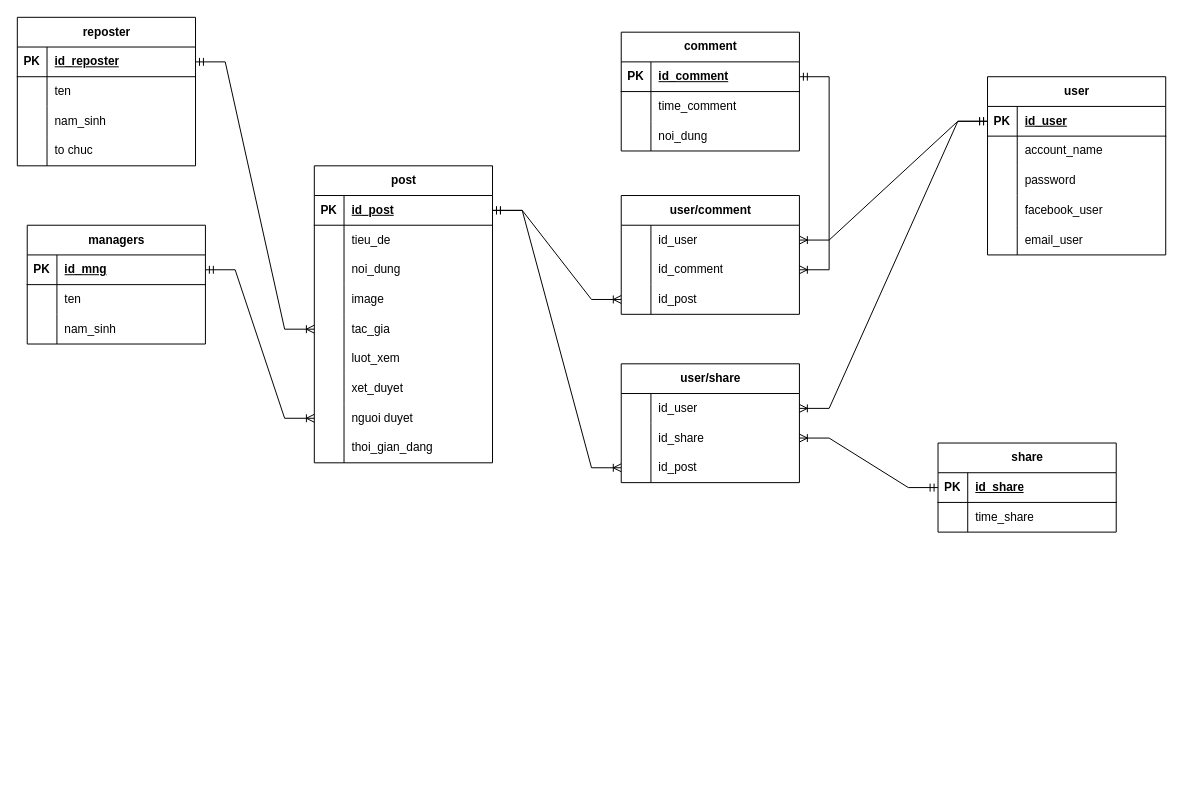
Before: DBI202x/Asm/DBI202x_asm2_thonglhfx22724@funix.edu.vn/asm2.ERD.drawio in HuyThong94/Funix, a draw.io diagram. Source tidied: cells renumbered, new cells numbered last; positions are measured from the earlier drawing's top-left corner, leaving out a move shared by most shapes. Both pictures are drawn from the tidied source at 99%, with x=0, y=0 at pixel (17, 17).
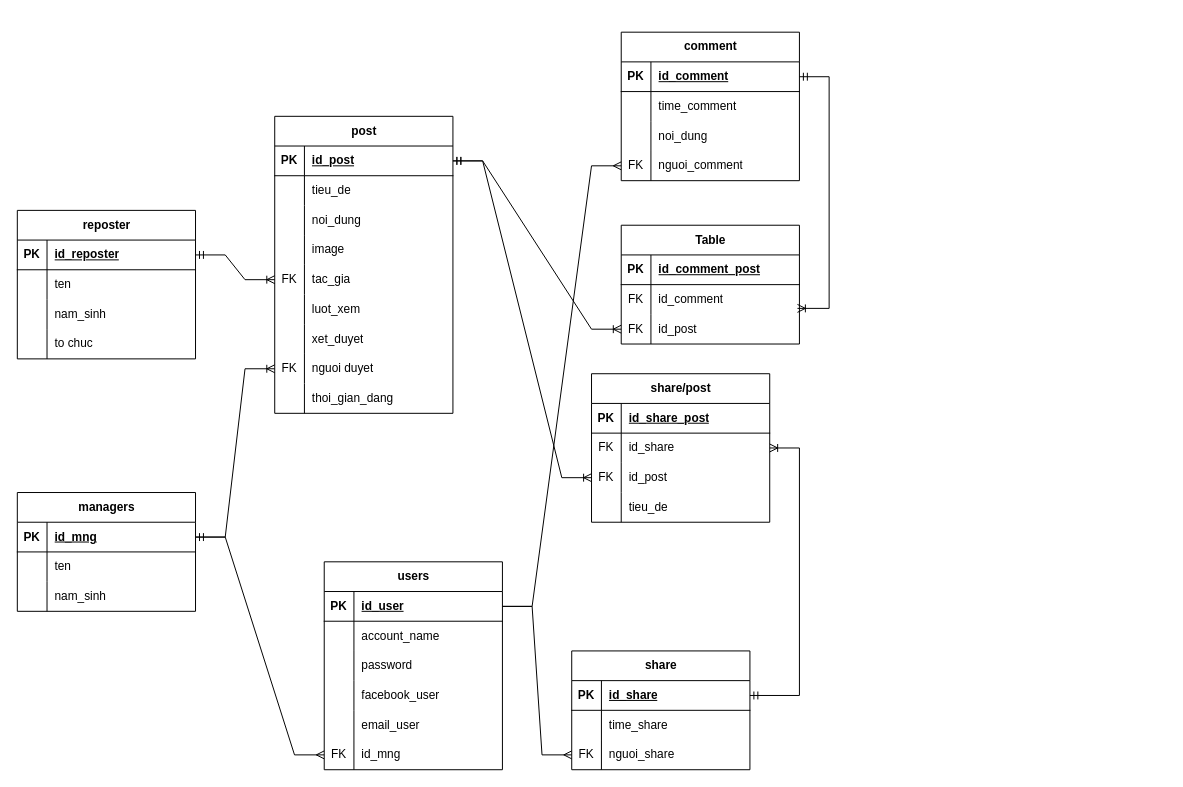
The same page after the edit.

Unchanged cells that the change refers to:
```xml
<mxCell id="3" style="shape=tableRow;horizontal=0;startSize=0;swimlaneHead=0;swimlaneBody=0;fillColor=none;points=[[0,0.5],[1,0.5]];portConstraint=eastwest;top=0;left=0;right=0;bottom=1;" parent="2" vertex="1">
  <mxGeometry y="30" width="180" height="30" as="geometry" />
</mxCell>
<mxCell id="26" style="shape=tableRow;horizontal=0;startSize=0;swimlaneHead=0;swimlaneBody=0;fillColor=none;points=[[0,0.5],[1,0.5]];portConstraint=eastwest;top=0;left=0;right=0;bottom=1;" parent="25" vertex="1">
  <mxGeometry y="30" width="180" height="30" as="geometry" />
</mxCell>
<mxCell id="42" style="shape=tableRow;horizontal=0;startSize=0;swimlaneHead=0;swimlaneBody=0;fillColor=none;points=[[0,0.5],[1,0.5]];portConstraint=eastwest;top=0;left=0;right=0;bottom=1;" parent="41" vertex="1">
  <mxGeometry y="30" width="180" height="30" as="geometry" />
</mxCell>
<mxCell id="54" style="shape=tableRow;horizontal=0;startSize=0;swimlaneHead=0;swimlaneBody=0;fillColor=none;points=[[0,0.5],[1,0.5]];portConstraint=eastwest;top=0;left=0;right=0;bottom=0;" parent="41" vertex="1">
  <mxGeometry y="150" width="180" height="30" as="geometry" />
</mxCell>
<mxCell id="63" style="shape=tableRow;horizontal=0;startSize=0;swimlaneHead=0;swimlaneBody=0;fillColor=none;points=[[0,0.5],[1,0.5]];portConstraint=eastwest;top=0;left=0;right=0;bottom=0;" parent="41" vertex="1">
  <mxGeometry y="240" width="180" height="30" as="geometry" />
</mxCell>
<mxCell id="70" style="shape=tableRow;horizontal=0;startSize=0;swimlaneHead=0;swimlaneBody=0;fillColor=none;points=[[0,0.5],[1,0.5]];portConstraint=eastwest;top=0;left=0;right=0;bottom=1;" parent="69" vertex="1">
  <mxGeometry y="30" width="180" height="30" as="geometry" />
</mxCell>
<mxCell id="77" style="shape=tableRow;horizontal=0;startSize=0;swimlaneHead=0;swimlaneBody=0;fillColor=none;points=[[0,0.5],[1,0.5]];portConstraint=eastwest;top=0;left=0;right=0;bottom=1;" parent="76" vertex="1">
  <mxGeometry y="30" width="180" height="30" as="geometry" />
</mxCell>
```

Diff of the diagram source:
```diff
@@
     <mxCell id="2" value="managers" style="shape=table;startSize=30;childLayout=tableLayout;rowLines=0;fontStyle=1;align=center;html=1;" parent="1" vertex="1">
-      <mxGeometry x="10" y="210" width="180" height="120" as="geometry" />
+      <mxGeometry y="480" width="180" height="120" as="geometry" />
     </mxCell>
@@
     <mxCell id="12" value="reposter" style="shape=table;startSize=30;childLayout=tableLayout;rowLines=0;fontStyle=1;align=center;html=1;" parent="1" vertex="1">
-      <mxGeometry width="180" height="150" as="geometry" />
+      <mxGeometry y="195" width="180" height="150" as="geometry" />
     </mxCell>
@@
-    <mxCell id="25" value="user" style="shape=table;startSize=30;childLayout=tableLayout;rowLines=0;fontStyle=1;align=center;html=1;" parent="1" vertex="1">
-      <mxGeometry x="980" y="60" width="180" height="180" as="geometry" />
+    <mxCell id="25" value="users" style="shape=table;startSize=30;childLayout=tableLayout;rowLines=0;fontStyle=1;align=center;html=1;" parent="1" vertex="1">
+      <mxGeometry x="310" y="550" width="180" height="210" as="geometry" />
     </mxCell>
@@
+    <mxCell id="114" style="shape=tableRow;horizontal=0;startSize=0;swimlaneHead=0;swimlaneBody=0;fillColor=none;points=[[0,0.5],[1,0.5]];portConstraint=eastwest;top=0;left=0;right=0;bottom=0;" parent="25" vertex="1">
+      <mxGeometry y="180" width="180" height="30" as="geometry" />
+    </mxCell>
+    <mxCell id="115" value="FK" style="shape=partialRectangle;fillColor=none;top=0;left=0;bottom=0;right=0;overflow=hidden;whiteSpace=wrap;html=1;" parent="114" vertex="1">
+      <mxGeometry width="30" height="30" as="geometry" />
+    </mxCell>
+    <mxCell id="116" value="id_mng" style="shape=partialRectangle;fillColor=none;top=0;left=0;bottom=0;right=0;align=left;spacingLeft=6;overflow=hidden;whiteSpace=wrap;html=1;" parent="114" vertex="1">
+      <mxGeometry x="30" width="150" height="30" as="geometry" />
+    </mxCell>
     <mxCell id="41" value="post" style="shape=table;startSize=30;childLayout=tableLayout;rowLines=0;fontStyle=1;align=center;html=1;" parent="1" vertex="1">
-      <mxGeometry x="300" y="150" width="180" height="300" as="geometry" />
+      <mxGeometry x="260" y="100" width="180" height="300" as="geometry" />
     </mxCell>
@@
-    <mxCell id="55" style="shape=partialRectangle;fillColor=none;top=0;left=0;bottom=0;right=0;overflow=hidden;whiteSpace=wrap;html=1;" parent="54" vertex="1">
+    <mxCell id="55" value="FK" style="shape=partialRectangle;fillColor=none;top=0;left=0;bottom=0;right=0;overflow=hidden;whiteSpace=wrap;html=1;" parent="54" vertex="1">
       <mxGeometry width="30" height="30" as="geometry" />
     </mxCell>
@@
-    <mxCell id="64" style="shape=partialRectangle;fillColor=none;top=0;left=0;bottom=0;right=0;overflow=hidden;whiteSpace=wrap;html=1;" parent="63" vertex="1">
+    <mxCell id="64" value="FK" style="shape=partialRectangle;fillColor=none;top=0;left=0;bottom=0;right=0;overflow=hidden;whiteSpace=wrap;html=1;" parent="63" vertex="1">
       <mxGeometry width="30" height="30" as="geometry" />
     </mxCell>
@@
     <mxCell id="69" value="share" style="shape=table;startSize=30;childLayout=tableLayout;rowLines=0;fontStyle=1;align=center;html=1;" parent="1" vertex="1">
-      <mxGeometry x="930" y="430" width="180" height="90" as="geometry" />
+      <mxGeometry x="560" y="640" width="180" height="120" as="geometry" />
     </mxCell>
@@
+    <mxCell id="117" style="shape=tableRow;horizontal=0;startSize=0;swimlaneHead=0;swimlaneBody=0;fillColor=none;points=[[0,0.5],[1,0.5]];portConstraint=eastwest;top=0;left=0;right=0;bottom=0;" parent="69" vertex="1">
+      <mxGeometry y="90" width="180" height="30" as="geometry" />
+    </mxCell>
+    <mxCell id="118" value="FK" style="shape=partialRectangle;fillColor=none;top=0;left=0;bottom=0;right=0;overflow=hidden;whiteSpace=wrap;html=1;" parent="117" vertex="1">
+      <mxGeometry width="30" height="30" as="geometry" />
+    </mxCell>
+    <mxCell id="119" value="nguoi_share" style="shape=partialRectangle;fillColor=none;top=0;left=0;bottom=0;right=0;align=left;spacingLeft=6;overflow=hidden;whiteSpace=wrap;html=1;" parent="117" vertex="1">
+      <mxGeometry x="30" width="150" height="30" as="geometry" />
+    </mxCell>
     <mxCell id="76" value="comment" style="shape=table;startSize=30;childLayout=tableLayout;rowLines=0;fontStyle=1;align=center;html=1;" parent="1" vertex="1">
-      <mxGeometry x="610" y="15" width="180" height="120" as="geometry" />
+      <mxGeometry x="610" y="15" width="180" height="150" as="geometry" />
     </mxCell>
@@
+    <mxCell id="120" style="shape=tableRow;horizontal=0;startSize=0;swimlaneHead=0;swimlaneBody=0;fillColor=none;points=[[0,0.5],[1,0.5]];portConstraint=eastwest;top=0;left=0;right=0;bottom=0;" parent="76" vertex="1">
+      <mxGeometry y="120" width="180" height="30" as="geometry" />
+    </mxCell>
+    <mxCell id="121" value="FK" style="shape=partialRectangle;fillColor=none;top=0;left=0;bottom=0;right=0;overflow=hidden;whiteSpace=wrap;html=1;" parent="120" vertex="1">
+      <mxGeometry width="30" height="30" as="geometry" />
+    </mxCell>
+    <mxCell id="122" value="nguoi_comment" style="shape=partialRectangle;fillColor=none;top=0;left=0;bottom=0;right=0;align=left;spacingLeft=6;overflow=hidden;whiteSpace=wrap;html=1;" parent="120" vertex="1">
+      <mxGeometry x="30" width="150" height="30" as="geometry" />
+    </mxCell>
@@
-    <mxCell id="88" value="user/comment" style="shape=table;startSize=30;childLayout=tableLayout;rowLines=0;fontStyle=1;align=center;html=1;" parent="1" vertex="1">
-      <mxGeometry x="610" y="180" width="180" height="120" as="geometry" />
-    </mxCell>
-    <mxCell id="89" style="shape=tableRow;horizontal=0;startSize=0;swimlaneHead=0;swimlaneBody=0;fillColor=none;points=[[0,0.5],[1,0.5]];portConstraint=eastwest;top=0;left=0;right=0;bottom=0;" parent="88" vertex="1">
-      <mxGeometry y="30" width="180" height="30" as="geometry" />
-    </mxCell>
-    <mxCell id="90" style="shape=partialRectangle;fillColor=none;top=0;left=0;bottom=0;right=0;overflow=hidden;whiteSpace=wrap;html=1;" parent="89" vertex="1">
-      <mxGeometry width="30" height="30" as="geometry" />
-    </mxCell>
-    <mxCell id="91" value="id_user" style="shape=partialRectangle;fillColor=none;top=0;left=0;bottom=0;right=0;align=left;spacingLeft=6;overflow=hidden;whiteSpace=wrap;html=1;" parent="89" vertex="1">
-      <mxGeometry x="30" width="150" height="30" as="geometry" />
-    </mxCell>
-    <mxCell id="92" style="shape=tableRow;horizontal=0;startSize=0;swimlaneHead=0;swimlaneBody=0;fillColor=none;points=[[0,0.5],[1,0.5]];portConstraint=eastwest;top=0;left=0;right=0;bottom=0;" parent="88" vertex="1">
-      <mxGeometry y="60" width="180" height="30" as="geometry" />
-    </mxCell>
-    <mxCell id="93" style="shape=partialRectangle;fillColor=none;top=0;left=0;bottom=0;right=0;overflow=hidden;whiteSpace=wrap;html=1;" parent="92" vertex="1">
-      <mxGeometry width="30" height="30" as="geometry" />
-    </mxCell>
-    <mxCell id="94" value="id_comment" style="shape=partialRectangle;fillColor=none;top=0;left=0;bottom=0;right=0;align=left;spacingLeft=6;overflow=hidden;whiteSpace=wrap;html=1;" parent="92" vertex="1">
-      <mxGeometry x="30" width="150" height="30" as="geometry" />
-    </mxCell>
-    <mxCell id="95" style="shape=tableRow;horizontal=0;startSize=0;swimlaneHead=0;swimlaneBody=0;fillColor=none;points=[[0,0.5],[1,0.5]];portConstraint=eastwest;top=0;left=0;right=0;bottom=0;" parent="88" vertex="1">
-      <mxGeometry y="90" width="180" height="30" as="geometry" />
-    </mxCell>
-    <mxCell id="96" style="shape=partialRectangle;fillColor=none;top=0;left=0;bottom=0;right=0;overflow=hidden;whiteSpace=wrap;html=1;" parent="95" vertex="1">
-      <mxGeometry width="30" height="30" as="geometry" />
-    </mxCell>
-    <mxCell id="97" value="id_post" style="shape=partialRectangle;fillColor=none;top=0;left=0;bottom=0;right=0;align=left;spacingLeft=6;overflow=hidden;whiteSpace=wrap;html=1;" parent="95" vertex="1">
-      <mxGeometry x="30" width="150" height="30" as="geometry" />
-    </mxCell>
-    <mxCell id="98" style="edgeStyle=entityRelationEdgeStyle;fontSize=12;html=1;endArrow=ERoneToMany;startArrow=ERmandOne;rounded=0;" parent="1" edge="1" source="26" target="89">
-      <mxGeometry relative="1" as="geometry" />
-    </mxCell>
-    <mxCell id="99" style="edgeStyle=entityRelationEdgeStyle;fontSize=12;html=1;endArrow=ERoneToMany;startArrow=ERmandOne;rounded=0;" parent="1" edge="1" source="77" target="92">
+    <mxCell id="99" style="edgeStyle=entityRelationEdgeStyle;fontSize=12;html=1;endArrow=ERoneToMany;startArrow=ERmandOne;rounded=0;entryX=0.989;entryY=0.8;entryDx=0;entryDy=0;entryPerimeter=0;" parent="1" edge="1" source="77" target="127">
       <mxGeometry relative="1" as="geometry" />
     </mxCell>
-    <mxCell id="100" value="user/share" style="shape=table;startSize=30;childLayout=tableLayout;rowLines=0;fontStyle=1;align=center;html=1;" parent="1" vertex="1">
-      <mxGeometry x="610" y="350" width="180" height="120" as="geometry" />
-    </mxCell>
-    <mxCell id="101" style="shape=tableRow;horizontal=0;startSize=0;swimlaneHead=0;swimlaneBody=0;fillColor=none;points=[[0,0.5],[1,0.5]];portConstraint=eastwest;top=0;left=0;right=0;bottom=0;" parent="100" vertex="1">
-      <mxGeometry y="30" width="180" height="30" as="geometry" />
-    </mxCell>
-    <mxCell id="102" style="shape=partialRectangle;fillColor=none;top=0;left=0;bottom=0;right=0;overflow=hidden;whiteSpace=wrap;html=1;" parent="101" vertex="1">
-      <mxGeometry width="30" height="30" as="geometry" />
-    </mxCell>
-    <mxCell id="103" value="id_user" style="shape=partialRectangle;fillColor=none;top=0;left=0;bottom=0;right=0;align=left;spacingLeft=6;overflow=hidden;whiteSpace=wrap;html=1;" parent="101" vertex="1">
-      <mxGeometry x="30" width="150" height="30" as="geometry" />
-    </mxCell>
-    <mxCell id="104" style="shape=tableRow;horizontal=0;startSize=0;swimlaneHead=0;swimlaneBody=0;fillColor=none;points=[[0,0.5],[1,0.5]];portConstraint=eastwest;top=0;left=0;right=0;bottom=0;" parent="100" vertex="1">
-      <mxGeometry y="60" width="180" height="30" as="geometry" />
-    </mxCell>
-    <mxCell id="105" style="shape=partialRectangle;fillColor=none;top=0;left=0;bottom=0;right=0;overflow=hidden;whiteSpace=wrap;html=1;" parent="104" vertex="1">
-      <mxGeometry width="30" height="30" as="geometry" />
-    </mxCell>
-    <mxCell id="106" value="id_share" style="shape=partialRectangle;fillColor=none;top=0;left=0;bottom=0;right=0;align=left;spacingLeft=6;overflow=hidden;whiteSpace=wrap;html=1;" parent="104" vertex="1">
-      <mxGeometry x="30" width="150" height="30" as="geometry" />
-    </mxCell>
-    <mxCell id="107" style="shape=tableRow;horizontal=0;startSize=0;swimlaneHead=0;swimlaneBody=0;fillColor=none;points=[[0,0.5],[1,0.5]];portConstraint=eastwest;top=0;left=0;right=0;bottom=0;" parent="100" vertex="1">
-      <mxGeometry y="90" width="180" height="30" as="geometry" />
-    </mxCell>
-    <mxCell id="108" style="shape=partialRectangle;fillColor=none;top=0;left=0;bottom=0;right=0;overflow=hidden;whiteSpace=wrap;html=1;" parent="107" vertex="1">
-      <mxGeometry width="30" height="30" as="geometry" />
-    </mxCell>
-    <mxCell id="109" value="id_post" style="shape=partialRectangle;fillColor=none;top=0;left=0;bottom=0;right=0;align=left;spacingLeft=6;overflow=hidden;whiteSpace=wrap;html=1;" parent="107" vertex="1">
-      <mxGeometry x="30" width="150" height="30" as="geometry" />
-    </mxCell>
-    <mxCell id="110" style="edgeStyle=entityRelationEdgeStyle;fontSize=12;html=1;endArrow=ERoneToMany;startArrow=ERmandOne;rounded=0;" parent="1" edge="1" source="26" target="101">
-      <mxGeometry relative="1" as="geometry" />
-    </mxCell>
-    <mxCell id="111" style="edgeStyle=entityRelationEdgeStyle;fontSize=12;html=1;endArrow=ERoneToMany;startArrow=ERmandOne;rounded=0;" parent="1" edge="1" source="70" target="104">
+    <mxCell id="111" style="edgeStyle=entityRelationEdgeStyle;fontSize=12;html=1;endArrow=ERoneToMany;startArrow=ERmandOne;rounded=0;" parent="1" edge="1" source="70" target="136">
       <mxGeometry relative="1" as="geometry" />
     </mxCell>
-    <mxCell id="112" style="edgeStyle=entityRelationEdgeStyle;fontSize=12;html=1;endArrow=ERoneToMany;startArrow=ERmandOne;rounded=0;" parent="1" edge="1" source="42" target="107">
+    <mxCell id="112" style="edgeStyle=entityRelationEdgeStyle;fontSize=12;html=1;endArrow=ERoneToMany;startArrow=ERmandOne;rounded=0;" parent="1" edge="1" source="42" target="138">
       <mxGeometry relative="1" as="geometry">
         <Array as="points">
           <mxPoint x="340" y="470" />
         </Array>
       </mxGeometry>
     </mxCell>
-    <mxCell id="113" style="edgeStyle=entityRelationEdgeStyle;fontSize=12;html=1;endArrow=ERoneToMany;startArrow=ERmandOne;rounded=0;" parent="1" edge="1" source="42" target="95">
+    <mxCell id="113" style="edgeStyle=entityRelationEdgeStyle;fontSize=12;html=1;endArrow=ERoneToMany;startArrow=ERmandOne;rounded=0;" parent="1" edge="1" source="42" target="129">
       <mxGeometry relative="1" as="geometry" />
     </mxCell>
+    <mxCell id="123" value="Table" style="shape=table;startSize=30;childLayout=tableLayout;rowLines=0;fontStyle=1;align=center;html=1;" parent="1" vertex="1">
+      <mxGeometry x="610" y="210" width="180" height="120" as="geometry" />
+    </mxCell>
+    <mxCell id="124" style="shape=tableRow;horizontal=0;startSize=0;swimlaneHead=0;swimlaneBody=0;fillColor=none;top=0;left=0;right=0;bottom=1;" parent="123" vertex="1">
+      <mxGeometry y="30" width="180" height="30" as="geometry" />
+    </mxCell>
+    <mxCell id="125" value="PK" style="shape=partialRectangle;fillColor=none;top=0;left=0;bottom=0;right=0;fontStyle=1;overflow=hidden;whiteSpace=wrap;html=1;" parent="124" vertex="1">
+      <mxGeometry width="30" height="30" as="geometry" />
+    </mxCell>
+    <mxCell id="126" value="id_comment_post" style="shape=partialRectangle;fillColor=none;top=0;left=0;bottom=0;right=0;align=left;spacingLeft=6;fontStyle=5;overflow=hidden;whiteSpace=wrap;html=1;" parent="124" vertex="1">
+      <mxGeometry x="30" width="150" height="30" as="geometry" />
+    </mxCell>
+    <mxCell id="127" style="shape=tableRow;horizontal=0;startSize=0;swimlaneHead=0;swimlaneBody=0;fillColor=none;points=[[0,0.5],[1,0.5]];portConstraint=eastwest;top=0;left=0;right=0;bottom=0;" parent="123" vertex="1">
+      <mxGeometry y="60" width="180" height="30" as="geometry" />
+    </mxCell>
+    <mxCell id="128" value="FK" style="shape=partialRectangle;fillColor=none;top=0;left=0;bottom=0;right=0;overflow=hidden;whiteSpace=wrap;html=1;" parent="127" vertex="1">
+      <mxGeometry width="30" height="30" as="geometry" />
+    </mxCell>
+    <mxCell id="94" value="id_comment" style="shape=partialRectangle;fillColor=none;top=0;left=0;bottom=0;right=0;align=left;spacingLeft=6;overflow=hidden;whiteSpace=wrap;html=1;" parent="127" vertex="1">
+      <mxGeometry x="30" width="150" height="30" as="geometry" />
+    </mxCell>
+    <mxCell id="129" style="shape=tableRow;horizontal=0;startSize=0;swimlaneHead=0;swimlaneBody=0;fillColor=none;points=[[0,0.5],[1,0.5]];portConstraint=eastwest;top=0;left=0;right=0;bottom=0;" parent="123" vertex="1">
+      <mxGeometry y="90" width="180" height="30" as="geometry" />
+    </mxCell>
+    <mxCell id="130" value="FK" style="shape=partialRectangle;fillColor=none;top=0;left=0;bottom=0;right=0;overflow=hidden;whiteSpace=wrap;html=1;" parent="129" vertex="1">
+      <mxGeometry width="30" height="30" as="geometry" />
+    </mxCell>
+    <mxCell id="131" value="id_post" style="shape=partialRectangle;fillColor=none;top=0;left=0;bottom=0;right=0;align=left;spacingLeft=6;overflow=hidden;whiteSpace=wrap;html=1;" parent="129" vertex="1">
+      <mxGeometry x="30" width="150" height="30" as="geometry" />
+    </mxCell>
+    <mxCell id="132" value="share/post" style="shape=table;startSize=30;childLayout=tableLayout;rowLines=0;fontStyle=1;align=center;html=1;" parent="1" vertex="1">
+      <mxGeometry x="580" y="360" width="180" height="150" as="geometry" />
+    </mxCell>
+    <mxCell id="133" style="shape=tableRow;horizontal=0;startSize=0;swimlaneHead=0;swimlaneBody=0;fillColor=none;top=0;left=0;right=0;bottom=1;" parent="132" vertex="1">
+      <mxGeometry y="30" width="180" height="30" as="geometry" />
+    </mxCell>
+    <mxCell id="134" value="PK" style="shape=partialRectangle;fillColor=none;top=0;left=0;bottom=0;right=0;fontStyle=1;overflow=hidden;whiteSpace=wrap;html=1;" parent="133" vertex="1">
+      <mxGeometry width="30" height="30" as="geometry" />
+    </mxCell>
+    <mxCell id="135" value="id_share_post" style="shape=partialRectangle;fillColor=none;top=0;left=0;bottom=0;right=0;align=left;spacingLeft=6;fontStyle=5;overflow=hidden;whiteSpace=wrap;html=1;" parent="133" vertex="1">
+      <mxGeometry x="30" width="150" height="30" as="geometry" />
+    </mxCell>
+    <mxCell id="136" style="shape=tableRow;horizontal=0;startSize=0;swimlaneHead=0;swimlaneBody=0;fillColor=none;points=[[0,0.5],[1,0.5]];portConstraint=eastwest;top=0;left=0;right=0;bottom=0;" parent="132" vertex="1">
+      <mxGeometry y="60" width="180" height="30" as="geometry" />
+    </mxCell>
+    <mxCell id="137" value="FK" style="shape=partialRectangle;fillColor=none;top=0;left=0;bottom=0;right=0;overflow=hidden;whiteSpace=wrap;html=1;" parent="136" vertex="1">
+      <mxGeometry width="30" height="30" as="geometry" />
+    </mxCell>
+    <mxCell id="106" value="id_share" style="shape=partialRectangle;fillColor=none;top=0;left=0;bottom=0;right=0;align=left;spacingLeft=6;overflow=hidden;whiteSpace=wrap;html=1;" parent="136" vertex="1">
+      <mxGeometry x="30" width="150" height="30" as="geometry" />
+    </mxCell>
+    <mxCell id="138" style="shape=tableRow;horizontal=0;startSize=0;swimlaneHead=0;swimlaneBody=0;fillColor=none;points=[[0,0.5],[1,0.5]];portConstraint=eastwest;top=0;left=0;right=0;bottom=0;" parent="132" vertex="1">
+      <mxGeometry y="90" width="180" height="30" as="geometry" />
+    </mxCell>
+    <mxCell id="139" value="FK" style="shape=partialRectangle;fillColor=none;top=0;left=0;bottom=0;right=0;overflow=hidden;whiteSpace=wrap;html=1;" parent="138" vertex="1">
+      <mxGeometry width="30" height="30" as="geometry" />
+    </mxCell>
+    <mxCell id="140" value="id_post" style="shape=partialRectangle;fillColor=none;top=0;left=0;bottom=0;right=0;align=left;spacingLeft=6;overflow=hidden;whiteSpace=wrap;html=1;" parent="138" vertex="1">
+      <mxGeometry x="30" width="150" height="30" as="geometry" />
+    </mxCell>
+    <mxCell id="141" style="shape=tableRow;horizontal=0;startSize=0;swimlaneHead=0;swimlaneBody=0;fillColor=none;top=0;left=0;right=0;bottom=0;" parent="132" vertex="1">
+      <mxGeometry y="120" width="180" height="30" as="geometry" />
+    </mxCell>
+    <mxCell id="142" style="shape=partialRectangle;fillColor=none;top=0;left=0;bottom=0;right=0;overflow=hidden;whiteSpace=wrap;html=1;" parent="141" vertex="1">
+      <mxGeometry width="30" height="30" as="geometry" />
+    </mxCell>
+    <mxCell id="143" value="tieu_de" style="shape=partialRectangle;fillColor=none;top=0;left=0;bottom=0;right=0;align=left;spacingLeft=6;overflow=hidden;whiteSpace=wrap;html=1;" parent="141" vertex="1">
+      <mxGeometry x="30" width="150" height="30" as="geometry" />
+    </mxCell>
+    <mxCell id="144" style="edgeStyle=entityRelationEdgeStyle;fontSize=12;html=1;endArrow=ERmany;rounded=0;" parent="1" edge="1" source="26" target="120">
+      <mxGeometry relative="1" as="geometry" />
+    </mxCell>
+    <mxCell id="145" style="edgeStyle=entityRelationEdgeStyle;fontSize=12;html=1;endArrow=ERmany;rounded=0;" parent="1" edge="1" source="26" target="117">
+      <mxGeometry relative="1" as="geometry" />
+    </mxCell>
+    <mxCell id="146" style="edgeStyle=entityRelationEdgeStyle;fontSize=12;html=1;endArrow=ERmany;rounded=0;" parent="1" edge="1" source="3" target="114">
+      <mxGeometry relative="1" as="geometry" />
+    </mxCell>
```
